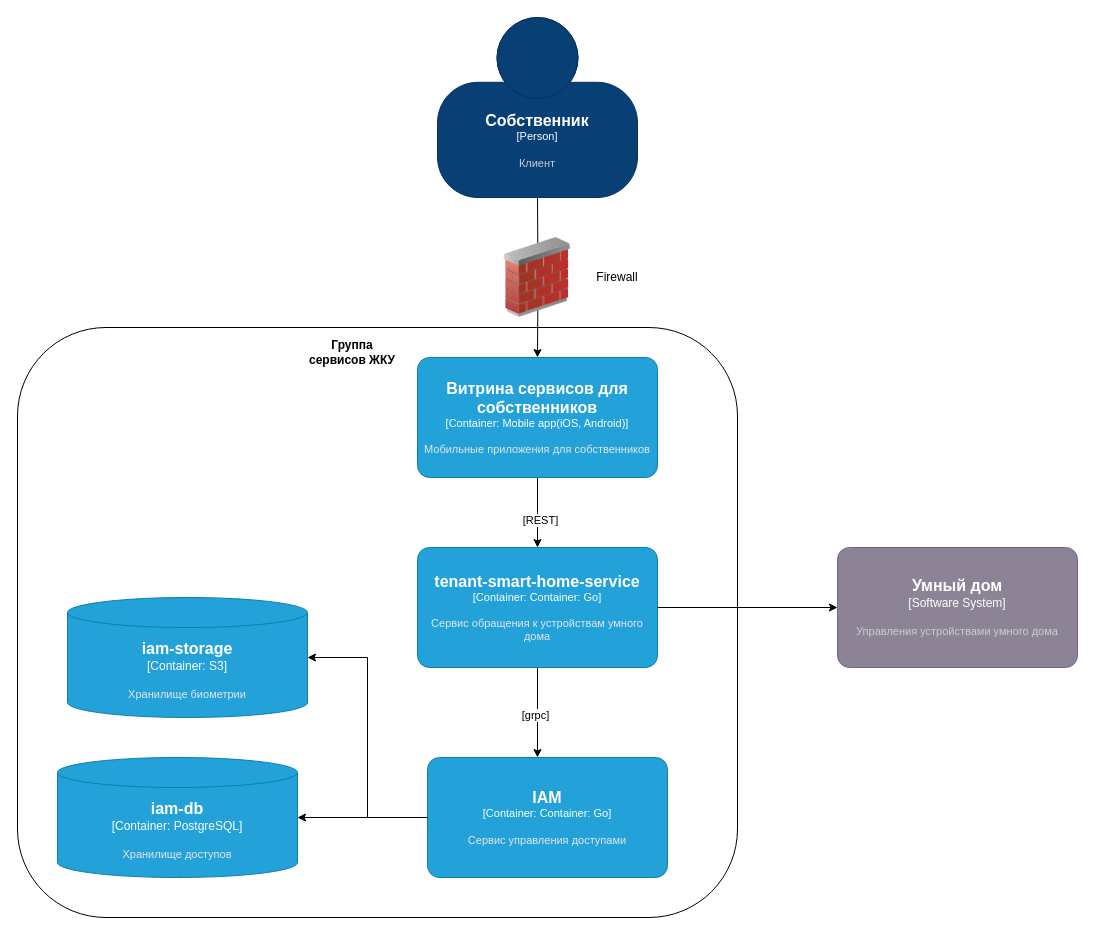
Above: task3/context.drawio in vladmsnk/architecture-sprint-7 (draw.io), before the change. Source tidied: cells renumbered, new cells numbered last; positions are measured from the earlier drawing's top-left corner, leaving out a move shared by most shapes. Both pictures are drawn from the tidied source at 100%, with x=0, y=0 at pixel (17, 17).
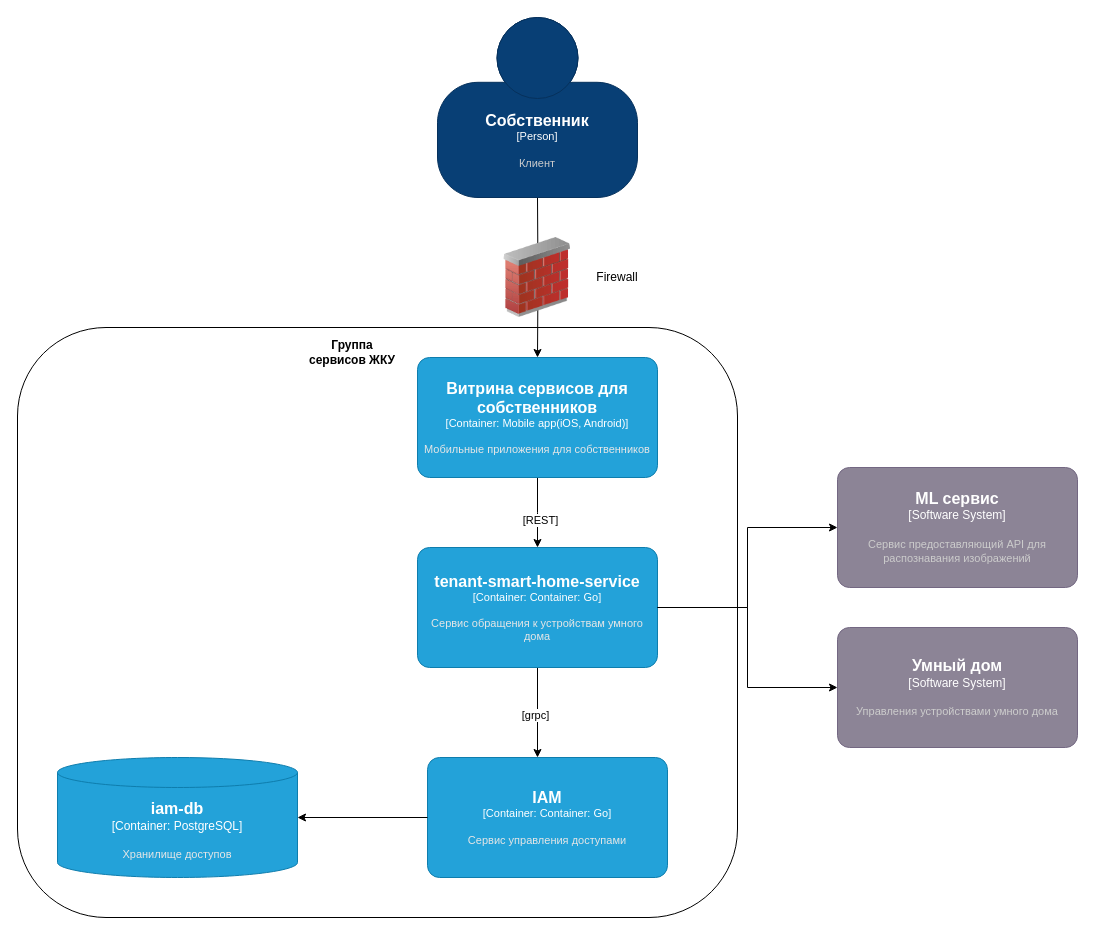
The same page after the edit.

The change refers to these unchanged cells:
```xml
<object id="14" label="&lt;font style=&quot;font-size: 16px&quot;&gt;&lt;b&gt;%c4Name%&lt;/b&gt;&lt;/font&gt;&lt;div&gt;[%c4Type%: %c4Technology%]&lt;/div&gt;&lt;br&gt;&lt;div&gt;&lt;font style=&quot;font-size: 11px&quot;&gt;&lt;font color=&quot;#E6E6E6&quot;&gt;%c4Description%&lt;/font&gt;&lt;/div&gt;" c4Description="Сервис обращения к устройствам умного дома" c4Name="tenant-smart-home-service" c4Technology="Container: Go" c4Type="Container" placeholders="1">
  <mxCell style="rounded=1;whiteSpace=wrap;html=1;fontSize=11;labelBackgroundColor=none;fillColor=#23A2D9;fontColor=#ffffff;align=center;arcSize=10;strokeColor=#0E7DAD;points=[[0.25,0,0],[0.5,0,0],[0.75,0,0],[1,0.25,0],[1,0.5,0],[1,0.75,0],[0.75,1,0],[0.5,1,0],[0.25,1,0],[0,0.75,0],[0,0.5,0],[0,0.25,0]];" parent="1" vertex="1">
    <mxGeometry x="400" y="530" width="240" height="120" as="geometry" />
  </mxCell>
</object>
<object id="15" label="&lt;font style=&quot;font-size: 16px&quot;&gt;&lt;b&gt;%c4Name%&lt;/b&gt;&lt;/font&gt;&lt;div&gt;[%c4Type%: %c4Technology%]&lt;/div&gt;&lt;br&gt;&lt;div&gt;&lt;font style=&quot;font-size: 11px&quot;&gt;&lt;font color=&quot;#E6E6E6&quot;&gt;%c4Description%&lt;/font&gt;&lt;/div&gt;" c4Description="Сервис управления доступами " c4Name="IAM" c4Technology="Container: Go" c4Type="Container" placeholders="1">
  <mxCell style="rounded=1;whiteSpace=wrap;html=1;fontSize=11;labelBackgroundColor=none;fillColor=#23A2D9;fontColor=#ffffff;align=center;arcSize=10;strokeColor=#0E7DAD;points=[[0.25,0,0],[0.5,0,0],[0.75,0,0],[1,0.25,0],[1,0.5,0],[1,0.75,0],[0.75,1,0],[0.5,1,0],[0.25,1,0],[0,0.75,0],[0,0.5,0],[0,0.25,0]];" parent="1" vertex="1">
    <mxGeometry x="410" y="740" width="240" height="120" as="geometry" />
  </mxCell>
</object>
```

What changed in the source:
```diff
@@
     <object id="13" label="&lt;font style=&quot;font-size: 16px&quot;&gt;&lt;b&gt;%c4Name%&lt;/b&gt;&lt;/font&gt;&lt;div&gt;[%c4Type%]&lt;/div&gt;&lt;br&gt;&lt;div&gt;&lt;font style=&quot;font-size: 11px&quot;&gt;&lt;font color=&quot;#cccccc&quot;&gt;%c4Description%&lt;/font&gt;&lt;/div&gt;" c4Description="Управления устройствами умного дома" c4Name="Умный дом" c4Type="Software System" placeholders="1">
       <mxCell style="rounded=1;whiteSpace=wrap;html=1;labelBackgroundColor=none;fillColor=#8C8496;fontColor=#ffffff;align=center;arcSize=10;strokeColor=#736782;points=[[0.25,0,0],[0.5,0,0],[0.75,0,0],[1,0.25,0],[1,0.5,0],[1,0.75,0],[0.75,1,0],[0.5,1,0],[0.25,1,0],[0,0.75,0],[0,0.5,0],[0,0.25,0]];" parent="1" vertex="1">
-        <mxGeometry x="820" y="530" width="240" height="120" as="geometry" />
+        <mxGeometry x="820" y="610" width="240" height="120" as="geometry" />
       </mxCell>
     </object>
@@
-    <object id="19" label="&lt;font style=&quot;font-size: 16px&quot;&gt;&lt;b&gt;%c4Name%&lt;/b&gt;&lt;/font&gt;&lt;div&gt;[%c4Type%:&amp;nbsp;%c4Technology%]&lt;/div&gt;&lt;br&gt;&lt;div&gt;&lt;font style=&quot;font-size: 11px&quot;&gt;&lt;font color=&quot;#E6E6E6&quot;&gt;%c4Description%&lt;/font&gt;&lt;/div&gt;" c4Description="Хранилище биометрии" c4Name="iam-storage" c4Technology="S3" c4Type="Container" placeholders="1">
-      <mxCell style="shape=cylinder3;size=15;whiteSpace=wrap;html=1;boundedLbl=1;rounded=0;labelBackgroundColor=none;fillColor=#23A2D9;fontSize=12;fontColor=#ffffff;align=center;strokeColor=#0E7DAD;points=[[0.5,0,0],[1,0.25,0],[1,0.5,0],[1,0.75,0],[0.5,1,0],[0,0.75,0],[0,0.5,0],[0,0.25,0]];" parent="1" vertex="1">
-        <mxGeometry x="50" y="580" width="240" height="120" as="geometry" />
-      </mxCell>
-    </object>
-    <mxCell id="20" style="edgeStyle=orthogonalEdgeStyle;rounded=0;jettySize=auto;html=1;entryX=1;entryY=0.5;entryDx=0;entryDy=0;entryPerimeter=0;" parent="1" edge="1" source="15" target="19">
-      <mxGeometry relative="1" as="geometry" />
-    </mxCell>
+    <object id="21" label="&lt;font style=&quot;font-size: 16px&quot;&gt;&lt;b&gt;%c4Name%&lt;/b&gt;&lt;/font&gt;&lt;div&gt;[%c4Type%]&lt;/div&gt;&lt;br&gt;&lt;div&gt;&lt;font style=&quot;font-size: 11px&quot;&gt;&lt;font color=&quot;#cccccc&quot;&gt;%c4Description%&lt;/font&gt;&lt;/div&gt;" c4Description="Сервис предоставляющий API для распознавания изображений" c4Name="ML сервис" c4Type="Software System" placeholders="1">
+      <mxCell style="rounded=1;whiteSpace=wrap;html=1;labelBackgroundColor=none;fillColor=#8C8496;fontColor=#ffffff;align=center;arcSize=10;strokeColor=#736782;points=[[0.25,0,0],[0.5,0,0],[0.75,0,0],[1,0.25,0],[1,0.5,0],[1,0.75,0],[0.75,1,0],[0.5,1,0],[0.25,1,0],[0,0.75,0],[0,0.5,0],[0,0.25,0]];" parent="1" vertex="1">
+        <mxGeometry x="820" y="450" width="240" height="120" as="geometry" />
+      </mxCell>
+    </object>
+    <mxCell id="22" style="edgeStyle=orthogonalEdgeStyle;rounded=0;jettySize=auto;html=1;entryX=0;entryY=0.5;entryDx=0;entryDy=0;entryPerimeter=0;" parent="1" edge="1" source="14" target="21">
+      <mxGeometry relative="1" as="geometry" />
+    </mxCell>
```
